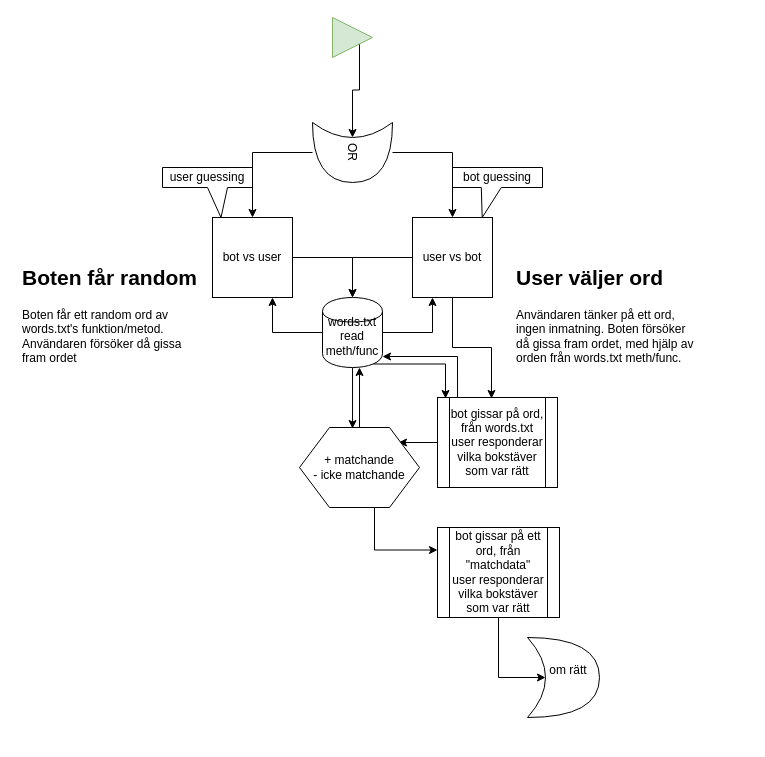
This is Ordspelet.drawio from oscillate123/python-course-word-game, a draw.io file, before an edit. Source tidied: cells renumbered, new cells numbered last; positions are measured from the earlier drawing's top-left corner, leaving out a move shared by most shapes. Both pictures are drawn from the tidied source at 100%, with x=0, y=0 at pixel (17, 17).
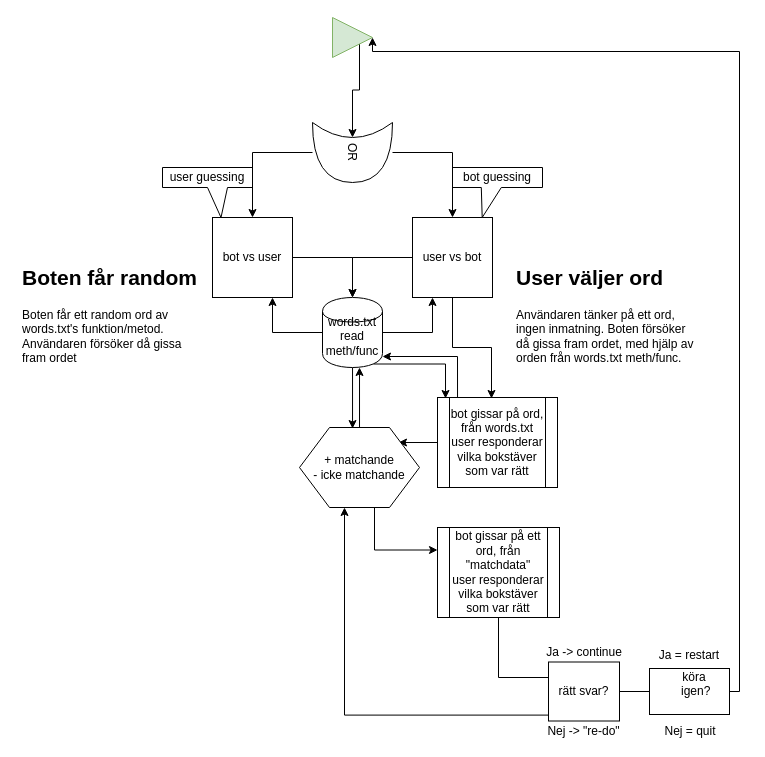
The same page after the edit.

The change refers to these unchanged cells:
```xml
<mxCell id="4" style="triangle;whiteSpace=wrap;html=1;fillColor=#d5e8d4;strokeColor=#82b366;" parent="1" vertex="1">
  <mxGeometry x="315" width="40" height="40" as="geometry" />
</mxCell>
<mxCell id="26" value="+ matchande&lt;br&gt;- icke matchande" style="shape=hexagon;perimeter=hexagonPerimeter2;whiteSpace=wrap;html=1;" parent="1" vertex="1">
  <mxGeometry x="282" y="410" width="120" height="80" as="geometry" />
</mxCell>
```

The edit, as a diff of the source:
```diff
@@
+    <mxCell id="30" style="edgeStyle=orthogonalEdgeStyle;rounded=0;jettySize=auto;html=1;entryX=0.25;entryY=0.5;entryDx=0;entryDy=0;entryPerimeter=0;" parent="1" edge="1" source="29" target="33">
+      <mxGeometry relative="1" as="geometry" />
+    </mxCell>
+    <mxCell id="31" style="edgeStyle=orthogonalEdgeStyle;rounded=0;jettySize=auto;html=1;exitX=0.7;exitY=0.9;exitDx=0;exitDy=0;exitPerimeter=0;entryX=0.375;entryY=1;entryDx=0;entryDy=0;" parent="1" edge="1" source="29" target="26">
+      <mxGeometry relative="1" as="geometry" />
+    </mxCell>
-    <mxCell id="29" value="&lt;div&gt;&amp;nbsp;&amp;nbsp; om rätt&lt;/div&gt;&lt;div&gt;&lt;br&gt;&lt;/div&gt;" style="shape=xor;whiteSpace=wrap;html=1;rotation=0;" parent="1" vertex="1">
-      <mxGeometry x="510" y="620" width="72" height="80" as="geometry" />
+    <mxCell id="29" value="&lt;div&gt;rätt svar?&lt;/div&gt;" style="shape=rectangle;whiteSpace=wrap;html=1;rotation=0;" parent="1" vertex="1">
+      <mxGeometry x="531" y="644.5" width="71" height="59" as="geometry" />
     </mxCell>
+    <mxCell id="32" style="edgeStyle=orthogonalEdgeStyle;rounded=0;jettySize=auto;html=1;entryX=1;entryY=0.5;entryDx=0;entryDy=0;exitX=1;exitY=0.5;exitDx=0;exitDy=0;exitPerimeter=0;" parent="1" edge="1" source="33" target="4">
+      <mxGeometry relative="1" as="geometry">
+        <Array as="points">
+          <mxPoint x="722" y="674" />
+          <mxPoint x="722" y="34" />
+        </Array>
+      </mxGeometry>
+    </mxCell>
+    <mxCell id="33" value="&lt;div&gt;&amp;nbsp;&amp;nbsp; köra&lt;/div&gt;&lt;div&gt; &amp;nbsp;&amp;nbsp;&amp;nbsp; igen?&lt;/div&gt;&lt;div&gt;&lt;br&gt;&lt;/div&gt;" style="shape=rectangle;whiteSpace=wrap;html=1;" parent="1" vertex="1">
+      <mxGeometry x="632" y="651" width="80" height="46" as="geometry" />
+    </mxCell>
+    <mxCell id="34" value="&lt;div&gt;Ja = restart&lt;/div&gt;" style="text;html=1;strokeColor=none;fillColor=none;align=center;verticalAlign=middle;whiteSpace=wrap;rounded=0;" parent="1" vertex="1">
+      <mxGeometry x="629" y="630.5" width="86" height="14" as="geometry" />
+    </mxCell>
+    <mxCell id="35" value="Nej = quit" style="text;html=1;strokeColor=none;fillColor=none;align=center;verticalAlign=middle;whiteSpace=wrap;rounded=0;" parent="1" vertex="1">
+      <mxGeometry x="634" y="706" width="78" height="15" as="geometry" />
+    </mxCell>
+    <mxCell id="36" value="Ja -&amp;gt; continue" style="text;html=1;strokeColor=none;fillColor=none;align=center;verticalAlign=middle;whiteSpace=wrap;rounded=0;" parent="1" vertex="1">
+      <mxGeometry x="525.5" y="624.5" width="82" height="20" as="geometry" />
+    </mxCell>
+    <mxCell id="37" value="&lt;div&gt;Nej -&amp;gt; &quot;re-do&quot;&lt;/div&gt;" style="text;html=1;strokeColor=none;fillColor=none;align=center;verticalAlign=middle;whiteSpace=wrap;rounded=0;" parent="1" vertex="1">
+      <mxGeometry x="523" y="706" width="87" height="16" as="geometry" />
+    </mxCell>
```
